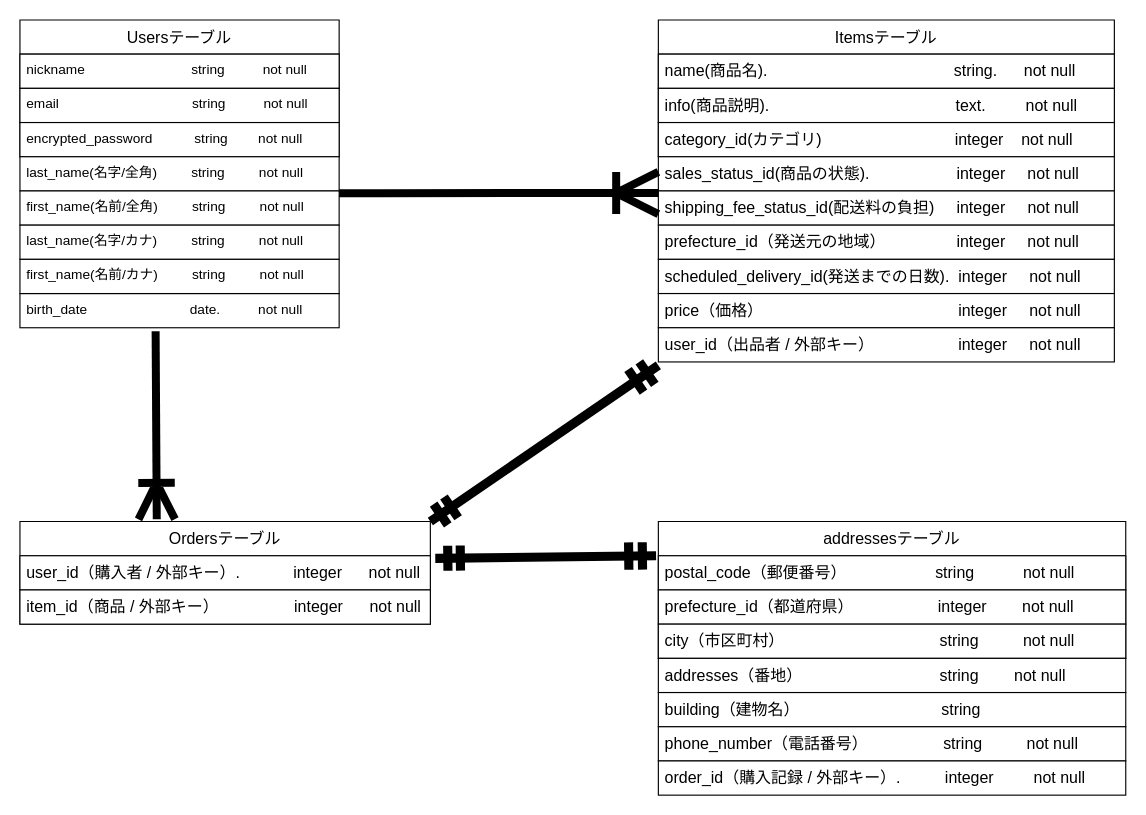
ngmtk0520-cloud/furima-47615 keeps this draw.io diagram as furima.dio. Above is the earlier version. Source tidied: cells renumbered, new cells numbered last; positions are measured from the earlier drawing's top-left corner, leaving out a move shared by most shapes. Both pictures are drawn from the tidied source at 114%, with x=0, y=0 at pixel (19, 19).
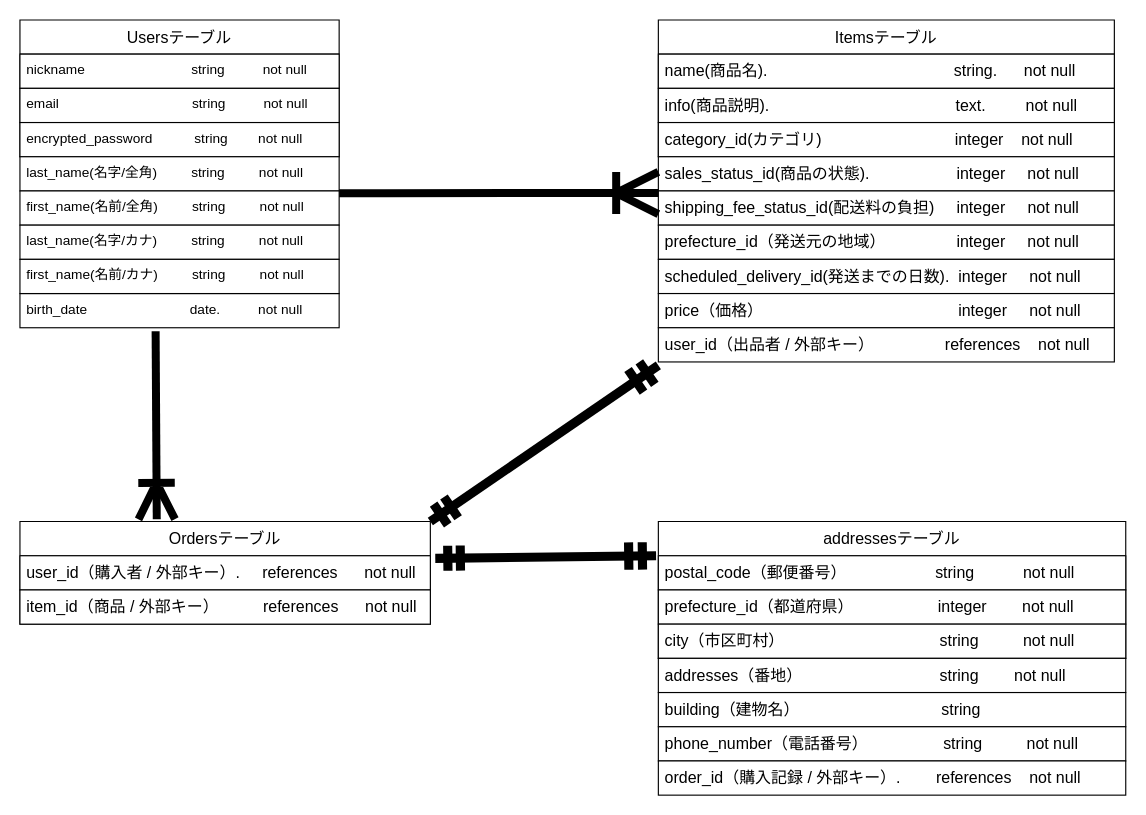
After the change.

The change refers to these unchanged cells:
```xml
<mxCell id="21" value="Ordersテーブル" style="swimlane;fontStyle=0;horizontal=1;startSize=30;whiteSpace=wrap;html=1;strokeColor=default;align=center;verticalAlign=middle;fontFamily=Helvetica;fontSize=14;fontColor=default;fillColor=default;" parent="1" vertex="1">
  <mxGeometry y="440" width="360" height="90" as="geometry" />
</mxCell>
```

The edit, as a diff of the source:
```diff
@@
-    <mxCell id="20" value="user_id（出品者 / 外部キー）&amp;nbsp; &amp;nbsp; &amp;nbsp; &amp;nbsp; &amp;nbsp; &amp;nbsp; &amp;nbsp; &amp;nbsp; &amp;nbsp; &amp;nbsp;integer&amp;nbsp; &amp;nbsp; &amp;nbsp;not null" style="text;strokeColor=default;fillColor=default;spacingLeft=4;spacingRight=4;overflow=hidden;fontSize=14;whiteSpace=wrap;html=1;fontFamily=Helvetica;fontColor=default;fontStyle=0;" parent="1" vertex="1">
+    <mxCell id="20" value="user_id（出品者 / 外部キー）&amp;nbsp; &amp;nbsp; &amp;nbsp; &amp;nbsp; &amp;nbsp; &amp;nbsp; &amp;nbsp; &amp;nbsp;&amp;nbsp;&lt;span style=&quot;color: rgb(0, 0, 0);&quot;&gt;references&lt;/span&gt;&amp;nbsp; &amp;nbsp; not null" style="text;strokeColor=default;fillColor=default;spacingLeft=4;spacingRight=4;overflow=hidden;fontSize=14;whiteSpace=wrap;html=1;fontFamily=Helvetica;fontColor=default;fontStyle=0;" parent="1" vertex="1">
       <mxGeometry x="560" y="270" width="400" height="30" as="geometry" />
     </mxCell>
@@
-    <mxCell id="22" value="user_id（購入者 / 外部キー）.&amp;nbsp; &amp;nbsp; &amp;nbsp; &amp;nbsp; &amp;nbsp; &amp;nbsp; integer&amp;nbsp; &amp;nbsp; &amp;nbsp; not null" style="text;strokeColor=default;fillColor=default;align=left;verticalAlign=middle;spacingLeft=4;spacingRight=4;overflow=hidden;whiteSpace=wrap;html=1;fontFamily=Helvetica;fontSize=14;fontColor=default;fontStyle=0;" parent="21" vertex="1">
+    <mxCell id="22" value="user_id（購入者 / 外部キー）.&amp;nbsp; &amp;nbsp; &amp;nbsp;&lt;span style=&quot;color: rgb(0, 0, 0);&quot;&gt;references&amp;nbsp; &amp;nbsp; &amp;nbsp;&amp;nbsp;&lt;/span&gt;&lt;span style=&quot;background-color: transparent;&quot;&gt;not null&lt;/span&gt;" style="text;strokeColor=default;fillColor=default;align=left;verticalAlign=middle;spacingLeft=4;spacingRight=4;overflow=hidden;whiteSpace=wrap;html=1;fontFamily=Helvetica;fontSize=14;fontColor=default;fontStyle=0;" parent="21" vertex="1">
       <mxGeometry y="30" width="360" height="30" as="geometry" />
     </mxCell>
-    <mxCell id="23" value="item_id（商品 / 外部キー）&amp;nbsp; &amp;nbsp; &amp;nbsp; &amp;nbsp; &amp;nbsp; &amp;nbsp; &amp;nbsp; &amp;nbsp; &amp;nbsp;integer&amp;nbsp; &amp;nbsp; &amp;nbsp; not null" style="text;strokeColor=default;fillColor=default;align=left;verticalAlign=middle;spacingLeft=4;spacingRight=4;overflow=hidden;whiteSpace=wrap;html=1;fontFamily=Helvetica;fontSize=14;fontColor=default;fontStyle=0;" parent="21" vertex="1">
+    <mxCell id="23" value="item_id（商品 / 外部キー）&amp;nbsp; &amp;nbsp; &amp;nbsp; &amp;nbsp; &amp;nbsp; references&amp;nbsp; &amp;nbsp; &amp;nbsp; not null" style="text;strokeColor=default;fillColor=default;align=left;verticalAlign=middle;spacingLeft=4;spacingRight=4;overflow=hidden;whiteSpace=wrap;html=1;fontFamily=Helvetica;fontSize=14;fontColor=default;fontStyle=0;" parent="21" vertex="1">
       <mxGeometry y="60" width="360" height="30" as="geometry" />
     </mxCell>
@@
-    <mxCell id="31" value="order_id（購入記録 / 外部キー）.&amp;nbsp; &amp;nbsp; &amp;nbsp; &amp;nbsp; &amp;nbsp; integer&amp;nbsp; &amp;nbsp; &amp;nbsp; &amp;nbsp; &amp;nbsp;not null" style="text;strokeColor=default;fillColor=default;align=left;verticalAlign=middle;spacingLeft=4;spacingRight=4;overflow=hidden;whiteSpace=wrap;html=1;fontFamily=Helvetica;fontSize=14;fontColor=default;fontStyle=0;" parent="1" vertex="1">
+    <mxCell id="31" value="order_id（購入記録 / 外部キー）.&amp;nbsp; &amp;nbsp; &amp;nbsp; &amp;nbsp;&amp;nbsp;&lt;span style=&quot;color: rgb(0, 0, 0);&quot;&gt;references&lt;/span&gt;&amp;nbsp; &amp;nbsp; not null" style="text;strokeColor=default;fillColor=default;align=left;verticalAlign=middle;spacingLeft=4;spacingRight=4;overflow=hidden;whiteSpace=wrap;html=1;fontFamily=Helvetica;fontSize=14;fontColor=default;fontStyle=0;" parent="1" vertex="1">
       <mxGeometry x="560" y="650" width="410" height="30" as="geometry" />
     </mxCell>
```
